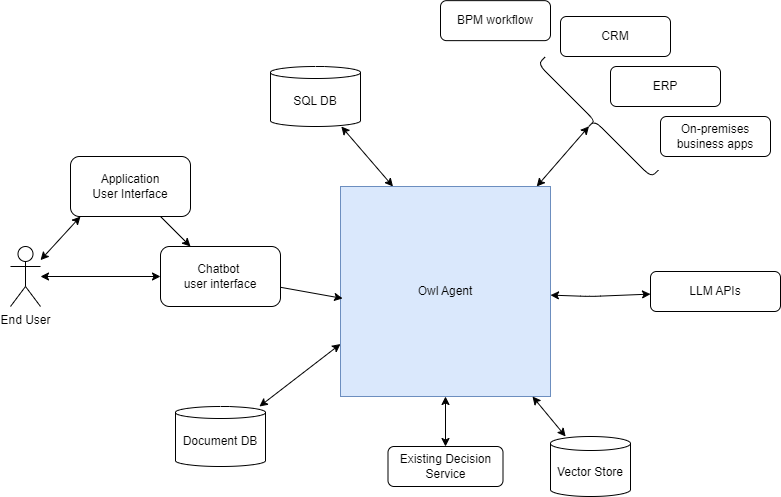
Before: docs/diagrams/system_context.drawio.png, a diagram exported from draw.io (AthenaDecisionSystems/athena-owl-core). Source tidied: cells renumbered, new cells last; positions are measured from the earlier drawing's top-left corner, leaving out a move shared by most shapes.
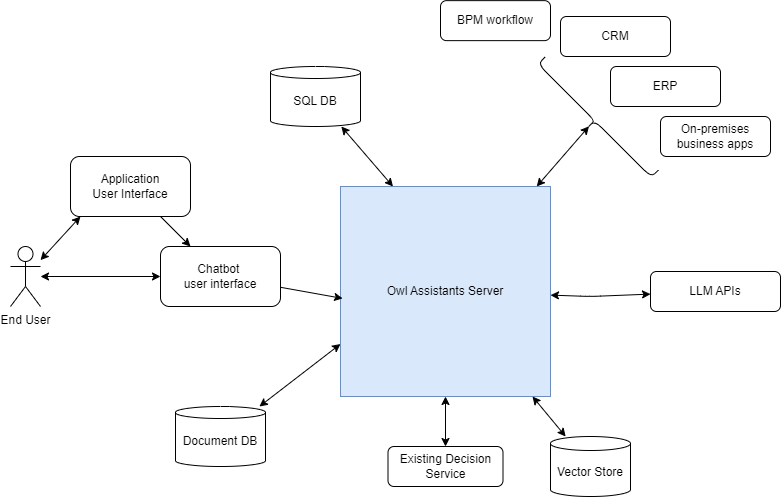
After the commit.

Change to the diagram source:
```diff
@@ -15,7 +15,7 @@
     <mxCell id="4" style="edgeStyle=none;html=1;entryX=0.1;entryY=0.5;entryDx=0;entryDy=0;entryPerimeter=0;startArrow=classic;startFill=1;" parent="1" edge="1" source="5" target="18">
       <mxGeometry relative="1" as="geometry" />
     </mxCell>
-    <mxCell id="5" value="Owl Agent" style="whiteSpace=wrap;html=1;fillColor=#dae8fc;strokeColor=#6c8ebf;" parent="1" vertex="1">
+    <mxCell id="5" value="Owl Assistants Server" style="whiteSpace=wrap;html=1;fillColor=#dae8fc;strokeColor=#6c8ebf;" parent="1" vertex="1">
       <mxGeometry x="330" y="186" width="210" height="210" as="geometry" />
     </mxCell>
     <mxCell id="6" value="ERP" style="rounded=1;whiteSpace=wrap;html=1;" parent="1" vertex="1">
```
